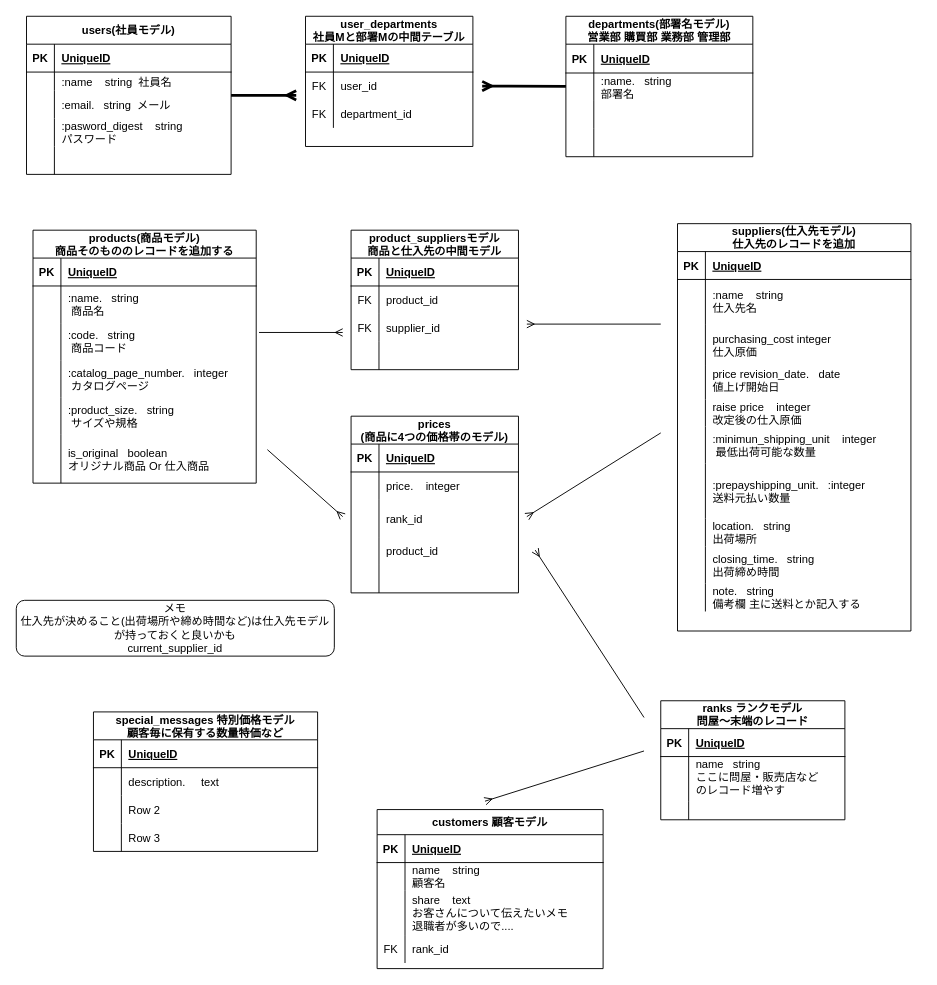
Masakazu-Harada/Portforio_PriceList keeps this draw.io diagram as ER.dio. Above is the earlier version. Source tidied: cells renumbered, new cells numbered last; positions are measured from the earlier drawing's top-left corner, leaving out a move shared by most shapes. Both pictures are drawn from the tidied source at 93%, with x=0, y=0 at pixel (16, 16).
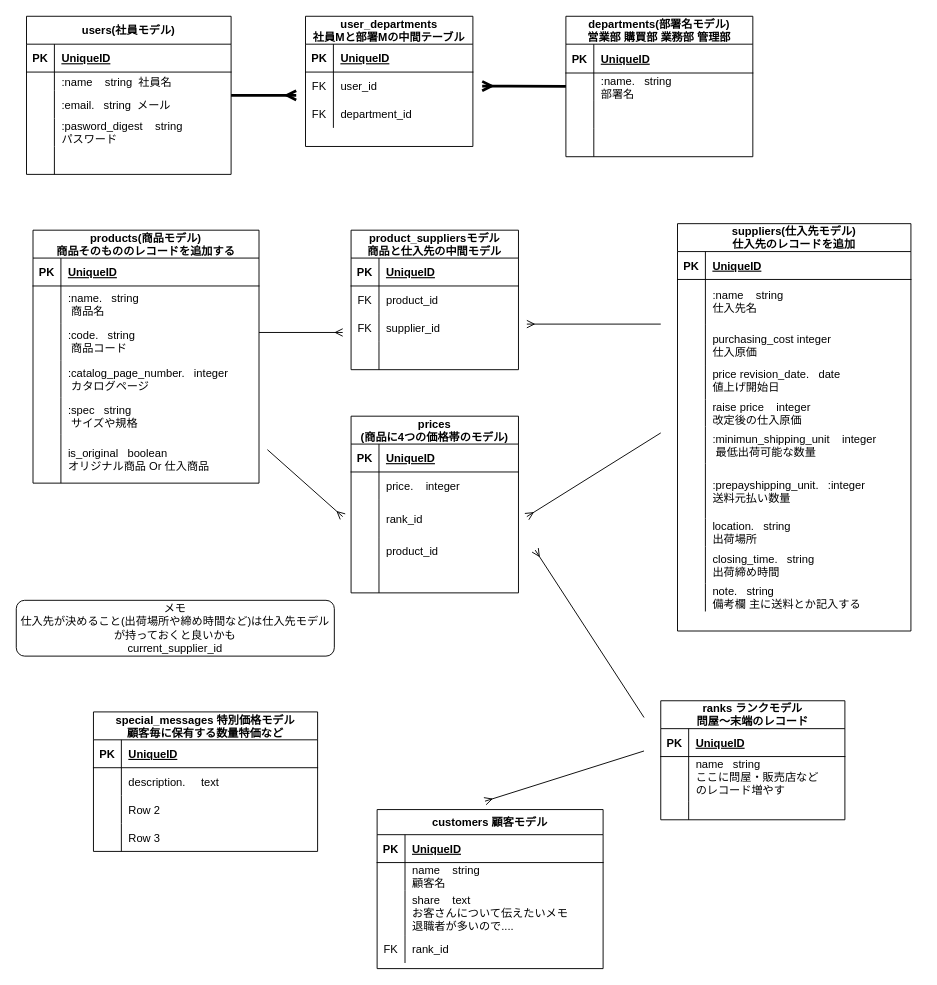
The same page after the edit.

What changed in the source:
```diff
@@
     <mxCell id="43" value="products(商品モデル)&#10;商品そのもののレコードを追加する" style="shape=table;startSize=30;childLayout=tableLayout;rowLines=0;fontStyle=1;align=center;" parent="1" vertex="1">
-      <mxGeometry x="18" y="230" width="240" height="272" as="geometry" />
+      <mxGeometry x="18" y="230" width="243" height="272" as="geometry" />
     </mxCell>
     <mxCell id="44" style="shape=tableRow;horizontal=0;startSize=0;swimlaneHead=0;swimlaneBody=0;fillColor=none;top=0;left=0;right=0;bottom=1;" parent="43" vertex="1">
-      <mxGeometry y="30" width="240" height="30" as="geometry" />
+      <mxGeometry y="30" width="243" height="30" as="geometry" />
     </mxCell>
@@
     <mxCell id="46" value="UniqueID" style="shape=partialRectangle;fillColor=none;top=0;left=0;bottom=0;right=0;align=left;spacingLeft=6;fontStyle=5;overflow=hidden;" parent="44" vertex="1">
-      <mxGeometry x="30" width="210" height="30" as="geometry" />
+      <mxGeometry x="30" width="213" height="30" as="geometry" />
     </mxCell>
     <mxCell id="47" style="shape=tableRow;horizontal=0;startSize=0;swimlaneHead=0;swimlaneBody=0;fillColor=none;top=0;left=0;right=0;bottom=0;" parent="43" vertex="1">
-      <mxGeometry y="60" width="240" height="40" as="geometry" />
+      <mxGeometry y="60" width="243" height="40" as="geometry" />
     </mxCell>
@@
     <mxCell id="49" value=":name.   string &#10; 商品名" style="shape=partialRectangle;fillColor=none;top=0;left=0;bottom=0;right=0;align=left;spacingLeft=6;overflow=hidden;" parent="47" vertex="1">
-      <mxGeometry x="30" width="210" height="40" as="geometry" />
+      <mxGeometry x="30" width="213" height="40" as="geometry" />
     </mxCell>
     <mxCell id="50" style="shape=tableRow;horizontal=0;startSize=0;swimlaneHead=0;swimlaneBody=0;fillColor=none;top=0;left=0;right=0;bottom=0;" parent="43" vertex="1">
-      <mxGeometry y="100" width="240" height="40" as="geometry" />
+      <mxGeometry y="100" width="243" height="40" as="geometry" />
     </mxCell>
@@
     <mxCell id="52" value=":code.   string &#10; 商品コード" style="shape=partialRectangle;fillColor=none;top=0;left=0;bottom=0;right=0;align=left;spacingLeft=6;overflow=hidden;" parent="50" vertex="1">
-      <mxGeometry x="30" width="210" height="40" as="geometry" />
+      <mxGeometry x="30" width="213" height="40" as="geometry" />
     </mxCell>
     <mxCell id="53" style="shape=tableRow;horizontal=0;startSize=0;swimlaneHead=0;swimlaneBody=0;fillColor=none;top=0;left=0;right=0;bottom=0;" parent="43" vertex="1">
-      <mxGeometry y="140" width="240" height="40" as="geometry" />
+      <mxGeometry y="140" width="243" height="40" as="geometry" />
     </mxCell>
@@
     <mxCell id="55" value=":catalog_page_number.   integer &#10; カタログページ" style="shape=partialRectangle;fillColor=none;top=0;left=0;bottom=0;right=0;align=left;spacingLeft=6;overflow=hidden;" parent="53" vertex="1">
-      <mxGeometry x="30" width="210" height="40" as="geometry" />
+      <mxGeometry x="30" width="213" height="40" as="geometry" />
     </mxCell>
     <mxCell id="56" style="shape=tableRow;horizontal=0;startSize=0;swimlaneHead=0;swimlaneBody=0;fillColor=none;top=0;left=0;right=0;bottom=0;" parent="43" vertex="1">
-      <mxGeometry y="180" width="240" height="40" as="geometry" />
+      <mxGeometry y="180" width="243" height="40" as="geometry" />
     </mxCell>
@@
-    <mxCell id="58" value=":product_size.   string &#10; サイズや規格" style="shape=partialRectangle;fillColor=none;top=0;left=0;bottom=0;right=0;align=left;spacingLeft=6;overflow=hidden;" parent="56" vertex="1">
-      <mxGeometry x="30" width="210" height="40" as="geometry" />
+    <mxCell id="58" value=":spec   string &#10; サイズや規格" style="shape=partialRectangle;fillColor=none;top=0;left=0;bottom=0;right=0;align=left;spacingLeft=6;overflow=hidden;" parent="56" vertex="1">
+      <mxGeometry x="30" width="213" height="40" as="geometry" />
     </mxCell>
     <mxCell id="59" style="shape=tableRow;horizontal=0;startSize=0;swimlaneHead=0;swimlaneBody=0;fillColor=none;top=0;left=0;right=0;bottom=0;" parent="43" vertex="1">
-      <mxGeometry y="220" width="240" height="52" as="geometry" />
+      <mxGeometry y="220" width="243" height="52" as="geometry" />
     </mxCell>
@@
     <mxCell id="61" value="is_original   boolean&#10;オリジナル商品 Or 仕入商品" style="shape=partialRectangle;fillColor=none;top=0;left=0;bottom=0;right=0;align=left;spacingLeft=6;overflow=hidden;" parent="59" vertex="1">
-      <mxGeometry x="30" width="210" height="52" as="geometry" />
+      <mxGeometry x="30" width="213" height="52" as="geometry" />
     </mxCell>
```
